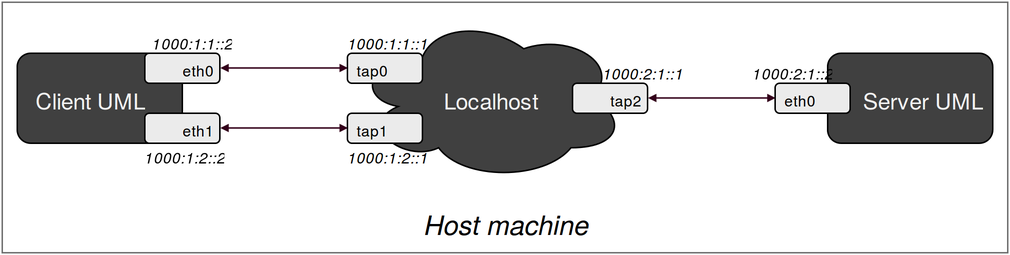
Above: images/Network_Scenario_6_1.png in fabriziodemaria/MPTCP_Security (draw.io), before the change. Source tidied: cells renumbered, new cells last; positions are measured from the earlier drawing's top-left corner, leaving out a move shared by most shapes.
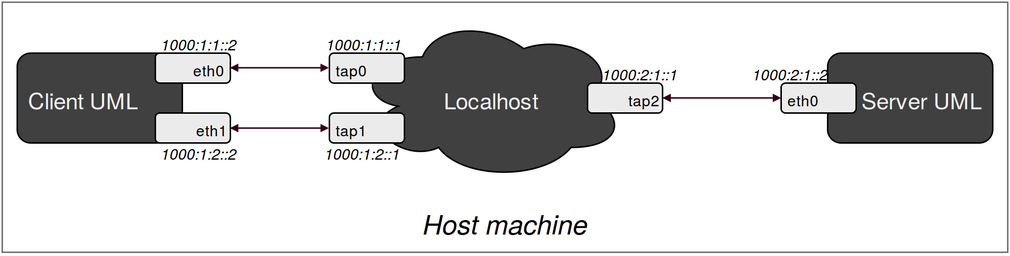
Later version of the same file.

What changed in the source:
```diff
@@ -8,59 +8,59 @@
     <mxCell id="3" value="Localhost" style="ellipse;shape=cloud;whiteSpace=wrap;html=1;rounded=1;shadow=0;strokeColor=#000000;fillColor=#404040;gradientColor=none;fontSize=15;fontColor=#F2F2F2;align=center;" parent="1" vertex="1">
       <mxGeometry x="235" y="9" width="180" height="110" as="geometry" />
     </mxCell>
-    <mxCell id="4" value="Client UML&lt;br&gt;" style="whiteSpace=wrap;html=1;rounded=1;shadow=0;strokeColor=#000000;fillColor=#404040;gradientColor=none;fontSize=15;fontColor=#F2F2F2;align=center;verticalAlign=middle;spacingRight=15;" parent="1" vertex="1">
+    <mxCell id="4" value="Client UML&lt;br&gt;" style="whiteSpace=wrap;html=1;rounded=1;shadow=0;strokeColor=#000000;fillColor=#404040;gradientColor=none;fontSize=15;fontColor=#F2F2F2;align=center;verticalAlign=middle;spacingRight=25;spacingLeft=0;" parent="1" vertex="1">
       <mxGeometry x="10" y="34" width="110" height="60" as="geometry" />
     </mxCell>
     <mxCell id="5" style="edgeStyle=none;html=1;exitX=1;exitY=0.5;entryX=0;entryY=0.5;shadow=0;startArrow=block;startFill=1;startSize=3;endArrow=block;endFill=1;endSize=3;jettySize=auto;strokeColor=#33001A;strokeWidth=1;fillColor=#000000;fontSize=8;fontColor=#000000;" parent="1" edge="1" source="6" target="7">
       <mxGeometry relative="1" as="geometry" />
     </mxCell>
-    <mxCell id="6" value="eth1" style="whiteSpace=wrap;html=1;rounded=1;shadow=0;glass=0;strokeColor=#000000;strokeWidth=1;fillColor=#EBEBEB;gradientColor=none;fontSize=10;fontColor=#000000;align=right;spacingRight=3;" parent="1" vertex="1">
-      <mxGeometry x="95" y="74" width="50" height="20" as="geometry" />
+    <mxCell id="6" value="tap2" style="whiteSpace=wrap;html=1;rounded=1;shadow=0;glass=0;strokeColor=#000000;strokeWidth=1;fillColor=#EBEBEB;gradientColor=none;fontSize=10;fontColor=#000000;align=right;spacingRight=3;" parent="1" vertex="1">
+      <mxGeometry x="390" y="54" width="50" height="20" as="geometry" />
     </mxCell>
-    <mxCell id="7" value="tap1" style="whiteSpace=wrap;html=1;rounded=1;shadow=0;glass=0;strokeColor=#000000;strokeWidth=1;fillColor=#EBEBEB;gradientColor=none;fontSize=10;fontColor=#000000;align=left;spacingLeft=3;" parent="1" vertex="1">
-      <mxGeometry x="230" y="74" width="50" height="20" as="geometry" />
-    </mxCell>
+    <mxCell id="13" value="Server UML&lt;br&gt;" style="whiteSpace=wrap;html=1;rounded=1;shadow=0;strokeColor=#000000;fillColor=#404040;gradientColor=none;fontSize=15;fontColor=#F2F2F2;align=center;verticalAlign=middle;spacingLeft=15;" parent="1" vertex="1">
+      <mxGeometry x="550" y="34" width="110" height="60" as="geometry" />
+    </mxCell>
+    <mxCell id="21" value="Host machine&lt;br&gt;" style="text;html=1;align=center;verticalAlign=middle;spacingTop=-4;fontSize=18;fontColor=#000000;fontStyle=2;" parent="1" vertex="1">
+      <mxGeometry x="295" y="144" width="80" height="10" as="geometry" />
+    </mxCell>
+    <mxCell id="19" value="1000:2:1::1" style="text;align=center;verticalAlign=middle;spacingTop=0;fontSize=10;fontColor=#000000;fontStyle=2;" parent="1" vertex="1">
+      <mxGeometry x="390" y="39" width="70" height="20" as="geometry" />
+    </mxCell>
+    <mxCell id="20" value="1000:2:1::2" style="text;align=center;verticalAlign=middle;spacingTop=0;fontSize=10;fontColor=#000000;fontStyle=2;" parent="1" vertex="1">
+      <mxGeometry x="490" y="39" width="70" height="20" as="geometry" />
+    </mxCell>
+    <mxCell id="22" style="edgeStyle=none;html=1;exitX=1;exitY=0.5;entryX=0;entryY=0.5;shadow=0;startArrow=block;startFill=1;startSize=3;endArrow=block;endFill=1;endSize=3;jettySize=auto;strokeColor=#33001A;strokeWidth=1;fillColor=#000000;fontSize=8;fontColor=#000000;" parent="1" edge="1" source="23" target="24">
+      <mxGeometry x="201.9" y="330" as="geometry" />
+    </mxCell>
+    <mxCell id="23" value="eth1" style="whiteSpace=wrap;html=1;rounded=1;shadow=0;glass=0;strokeColor=#000000;strokeWidth=1;fillColor=#EBEBEB;gradientColor=none;fontSize=10;fontColor=#000000;align=right;spacingRight=3;" parent="1" vertex="1">
+      <mxGeometry x="102" y="74" width="50" height="20" as="geometry" />
+    </mxCell>
+    <mxCell id="24" value="tap1" style="whiteSpace=wrap;html=1;rounded=1;shadow=0;glass=0;strokeColor=#000000;strokeWidth=1;fillColor=#EBEBEB;gradientColor=none;fontSize=10;fontColor=#000000;align=left;spacingLeft=3;" parent="1" vertex="1">
+      <mxGeometry x="218" y="74" width="50" height="20" as="geometry" />
+    </mxCell>
     <mxCell id="8" style="edgeStyle=none;html=1;exitX=1;exitY=0.5;entryX=0;entryY=0.5;shadow=0;startArrow=block;startFill=1;startSize=3;endArrow=block;endFill=1;endSize=3;jettySize=auto;strokeColor=#33001A;strokeWidth=1;fillColor=#000000;fontSize=8;fontColor=#000000;" parent="1" edge="1" source="9" target="10">
-      <mxGeometry x="195" y="290" as="geometry" />
+      <mxGeometry x="202" y="290" as="geometry" />
     </mxCell>
     <mxCell id="9" value="eth0" style="whiteSpace=wrap;html=1;rounded=1;shadow=0;glass=0;strokeColor=#000000;strokeWidth=1;fillColor=#EBEBEB;gradientColor=none;fontSize=10;fontColor=#000000;align=right;spacingRight=3;" parent="1" vertex="1">
-      <mxGeometry x="95" y="34" width="50" height="20" as="geometry" />
+      <mxGeometry x="102" y="34" width="50" height="20" as="geometry" />
     </mxCell>
     <mxCell id="10" value="tap0" style="whiteSpace=wrap;html=1;rounded=1;shadow=0;glass=0;strokeColor=#000000;strokeWidth=1;fillColor=#EBEBEB;gradientColor=none;fontSize=10;fontColor=#000000;align=left;spacingLeft=3;" parent="1" vertex="1">
-      <mxGeometry x="230" y="34" width="50" height="20" as="geometry" />
+      <mxGeometry x="218" y="34" width="50" height="20" as="geometry" />
     </mxCell>
-    <mxCell id="11" style="edgeStyle=none;html=1;exitX=1;exitY=0.5;entryX=0;entryY=0.5;shadow=0;startArrow=block;startFill=1;startSize=3;endArrow=block;endFill=1;endSize=3;jettySize=auto;strokeColor=#33001A;strokeWidth=1;fillColor=#000000;fontSize=8;fontColor=#000000;" parent="1" edge="1" source="12" target="14">
-      <mxGeometry x="480" y="310" as="geometry" />
-    </mxCell>
-    <mxCell id="12" value="tap2" style="whiteSpace=wrap;html=1;rounded=1;shadow=0;glass=0;strokeColor=#000000;strokeWidth=1;fillColor=#EBEBEB;gradientColor=none;fontSize=10;fontColor=#000000;align=right;spacingRight=3;" parent="1" vertex="1">
-      <mxGeometry x="380" y="54" width="50" height="20" as="geometry" />
-    </mxCell>
-    <mxCell id="13" value="Server UML&lt;br&gt;" style="whiteSpace=wrap;html=1;rounded=1;shadow=0;strokeColor=#000000;fillColor=#404040;gradientColor=none;fontSize=15;fontColor=#F2F2F2;align=center;verticalAlign=middle;spacingLeft=15;" parent="1" vertex="1">
-      <mxGeometry x="550" y="34" width="110" height="60" as="geometry" />
-    </mxCell>
-    <mxCell id="14" value="eth0" style="whiteSpace=wrap;html=1;rounded=1;shadow=0;glass=0;strokeColor=#000000;strokeWidth=1;fillColor=#EBEBEB;gradientColor=none;fontSize=10;fontColor=#000000;align=left;spacingLeft=3;" parent="1" vertex="1">
-      <mxGeometry x="515" y="54" width="50" height="20" as="geometry" />
-    </mxCell>
-    <mxCell id="15" value="1000:1:1::2" style="text;html=1;align=center;verticalAlign=bottom;spacingTop=-4;fontSize=10;fontColor=#000000;fontStyle=2;" parent="1" vertex="1">
-      <mxGeometry x="90" y="24" width="70" height="10" as="geometry" />
+    <mxCell id="15" value="1000:1:1::2" style="text;align=center;verticalAlign=middle;spacingTop=0;fontSize=10;fontColor=#000000;fontStyle=2;" parent="1" vertex="1">
+      <mxGeometry x="96" y="19" width="70" height="20" as="geometry" />
     </mxCell>
-    <mxCell id="16" value="1000:1:2::2" style="text;html=1;align=center;verticalAlign=top;spacingTop=-4;fontSize=10;fontColor=#000000;fontStyle=2;" parent="1" vertex="1">
-      <mxGeometry x="85" y="94" width="70" height="10" as="geometry" />
+    <mxCell id="16" value="1000:1:2::2" style="text;align=center;verticalAlign=middle;spacingTop=0;fontSize=10;fontColor=#000000;fontStyle=2;" parent="1" vertex="1">
+      <mxGeometry x="96" y="92" width="70" height="20" as="geometry" />
     </mxCell>
-    <mxCell id="17" value="1000:1:2::1" style="text;html=1;align=center;verticalAlign=top;spacingTop=-4;fontSize=10;fontColor=#000000;fontStyle=2;" parent="1" vertex="1">
-      <mxGeometry x="220" y="94" width="70" height="10" as="geometry" />
+    <mxCell id="17" value="1000:1:2::1" style="text;align=center;verticalAlign=middle;spacingTop=0;fontSize=10;fontColor=#000000;fontStyle=2;" parent="1" vertex="1">
+      <mxGeometry x="205" y="92" width="70" height="20" as="geometry" />
     </mxCell>
-    <mxCell id="18" value="1000:1:1::1" style="text;html=1;align=center;verticalAlign=bottom;spacingTop=-4;fontSize=10;fontColor=#000000;fontStyle=2;" parent="1" vertex="1">
-      <mxGeometry x="220" y="24" width="70" height="10" as="geometry" />
+    <mxCell id="18" value="1000:1:1::1" style="text;align=center;verticalAlign=middle;spacingTop=0;fontSize=10;fontColor=#000000;fontStyle=2;" parent="1" vertex="1">
+      <mxGeometry x="206" y="19" width="70" height="20" as="geometry" />
     </mxCell>
-    <mxCell id="19" value="1000:2:1::1" style="text;html=1;align=center;verticalAlign=bottom;spacingTop=-4;fontSize=10;fontColor=#000000;fontStyle=2;" parent="1" vertex="1">
-      <mxGeometry x="390" y="44" width="70" height="10" as="geometry" />
-    </mxCell>
-    <mxCell id="20" value="1000:2:1::2" style="text;html=1;align=center;verticalAlign=bottom;spacingTop=-4;fontSize=10;fontColor=#000000;fontStyle=2;" parent="1" vertex="1">
-      <mxGeometry x="490" y="44" width="70" height="10" as="geometry" />
-    </mxCell>
-    <mxCell id="21" value="Host machine&lt;br&gt;" style="text;html=1;align=center;verticalAlign=middle;spacingTop=-4;fontSize=18;fontColor=#000000;fontStyle=2;" parent="1" vertex="1">
-      <mxGeometry x="295" y="144" width="80" height="10" as="geometry" />
-    </mxCell>
+    <mxCell id="7" value="eth0" style="whiteSpace=wrap;html=1;rounded=1;shadow=0;glass=0;strokeColor=#000000;strokeWidth=1;fillColor=#EBEBEB;gradientColor=none;fontSize=10;fontColor=#000000;align=left;spacingLeft=3;" parent="1" vertex="1">
+      <mxGeometry x="519" y="54" width="50" height="20" as="geometry" />
+    </mxCell>
   </root>
 </mxGraphModel>
```
